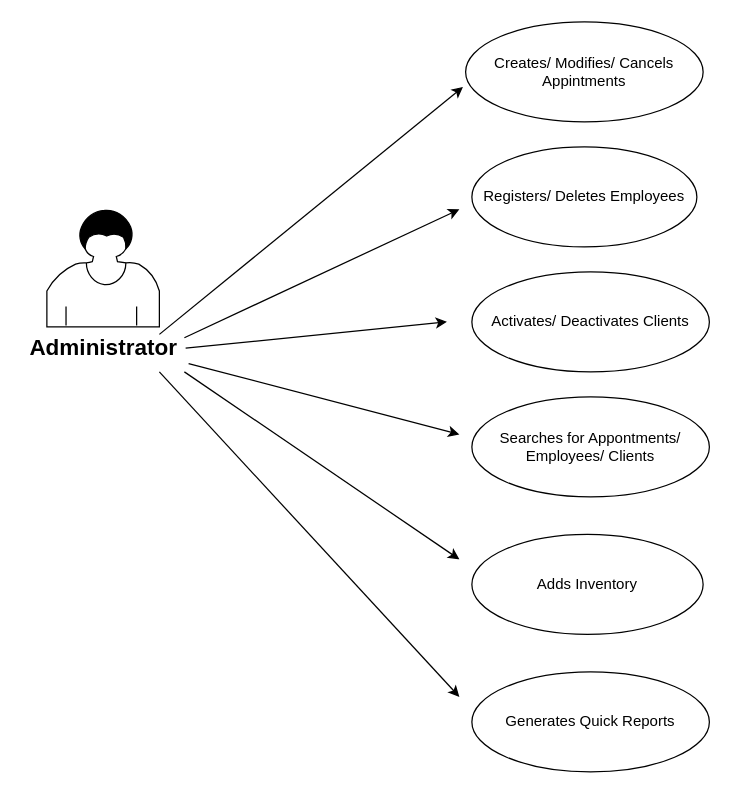
Earlier version of the draw.io diagram Diagrams/Use Cases Diagrams/Admin.drawio (kkasharaj17/SE-project). Source tidied: cells renumbered, new cells numbered last; positions are measured from the earlier drawing's top-left corner, leaving out a move shared by most shapes. Both pictures are drawn from the tidied source at 125%, with x=0, y=0 at pixel (21, 21).
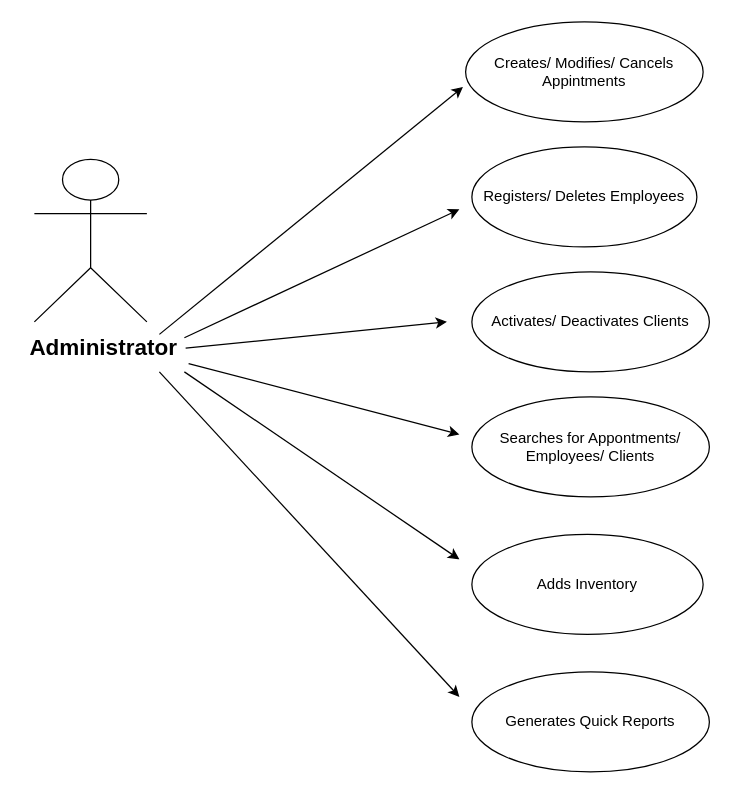
Above is the later version.

Diff of the diagram source:
```diff
@@
-    <mxCell id="4" style="shape=mxgraph.bpmn.user_task;html=1;" parent="1" vertex="1">
-      <mxGeometry x="20" y="150" width="90" height="94" as="geometry" />
-    </mxCell>
@@
+    <mxCell id="17" style="shape=umlActor;verticalLabelPosition=bottom;labelBackgroundColor=#ffffff;verticalAlign=top;html=1;" parent="1" vertex="1">
+      <mxGeometry x="10" y="110" width="90" height="130" as="geometry" />
+    </mxCell>
```
